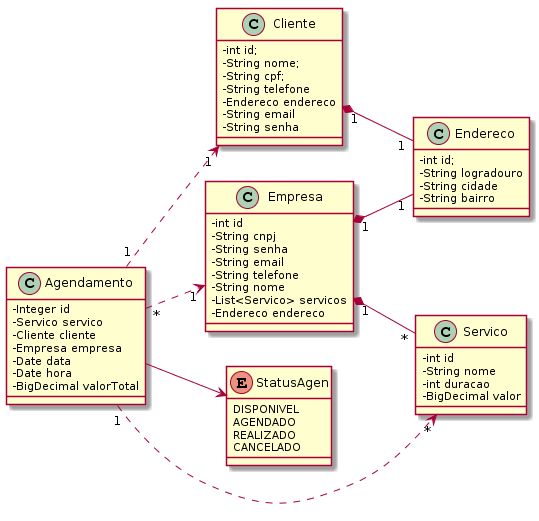
This is docs/uml/Diagrama-De-Classe-PetShop.png from ifpe-cti/petpalacy, a PlantUML export, as it was before one commit.
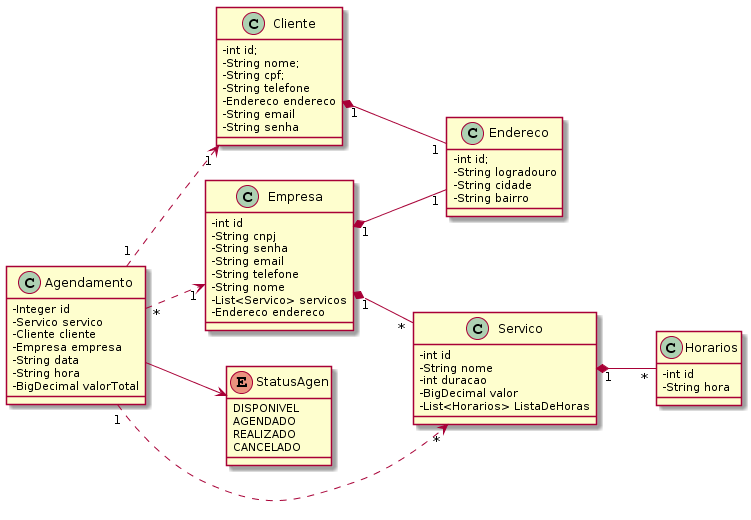
Later version of the same file.

Commit message:
#139 criação da classe Horarios

Change to the diagram source:
```diff
@@ -25,6 +25,7 @@
     -String nome
     -int duracao
     -BigDecimal valor
+    -List<Horarios> ListaDeHoras
 }
 
 enum StatusAgen{
@@ -40,8 +41,8 @@
     -Servico servico
     -Cliente cliente
     -Empresa empresa
-    -Date data
-    -Date hora
+    -String data
+    -String hora
     -BigDecimal valorTotal
 }
 
@@ -55,9 +56,15 @@
     -List<Servico> servicos
     -Endereco endereco
 }
+class Horarios{
+    -int id
+    -String hora
+}
 
 Cliente "1" *-- "1" Endereco
 Empresa "1" *-- "1" Endereco
+Servico "1" *-- "*" Horarios
+
 Empresa "1" *-- "*" Servico
 Agendamento "*" ..> "1" Empresa
 Agendamento "1" ..> "1" Cliente
```
